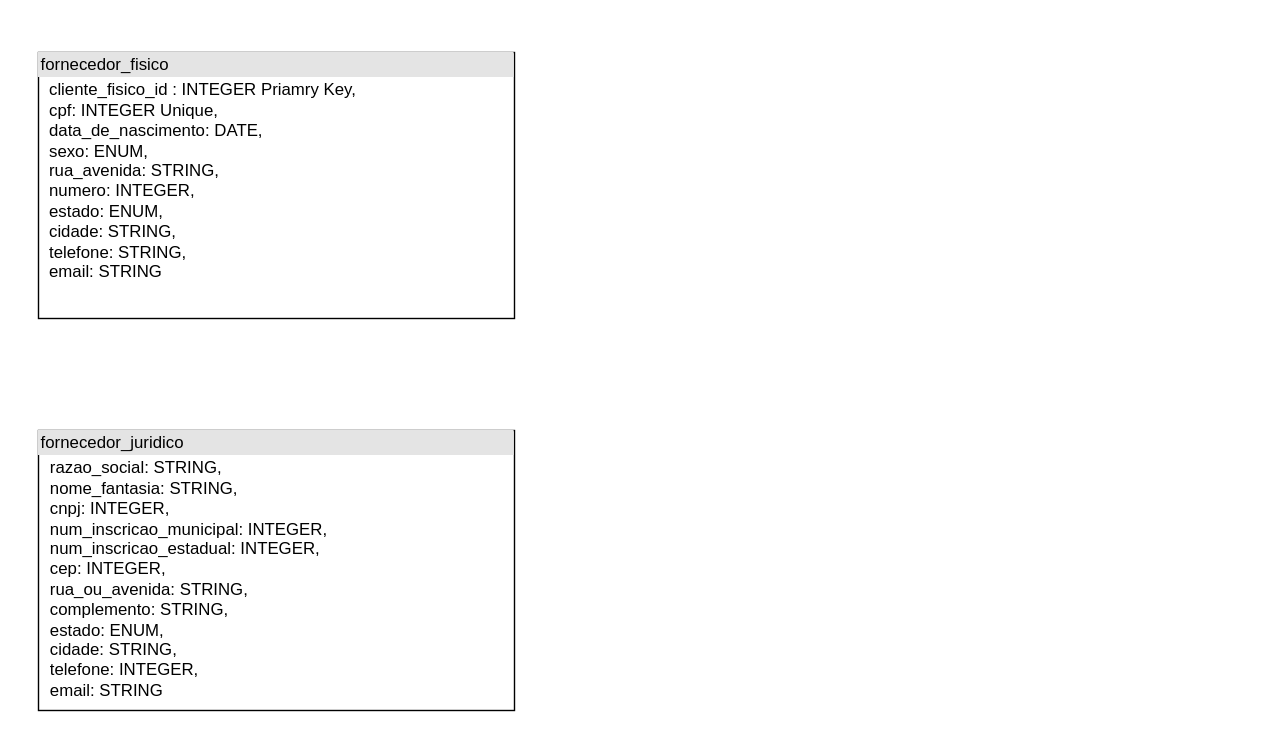
The draw.io diagram db.drawio.xml in Heartless-Caesar/Project_1, before the edit. Source tidied: cells renumbered, new cells numbered last; positions are measured from the earlier drawing's top-left corner, leaving out a move shared by most shapes. Both pictures are drawn from the tidied source at 140%, with x=0, y=0 at pixel (38, 52).
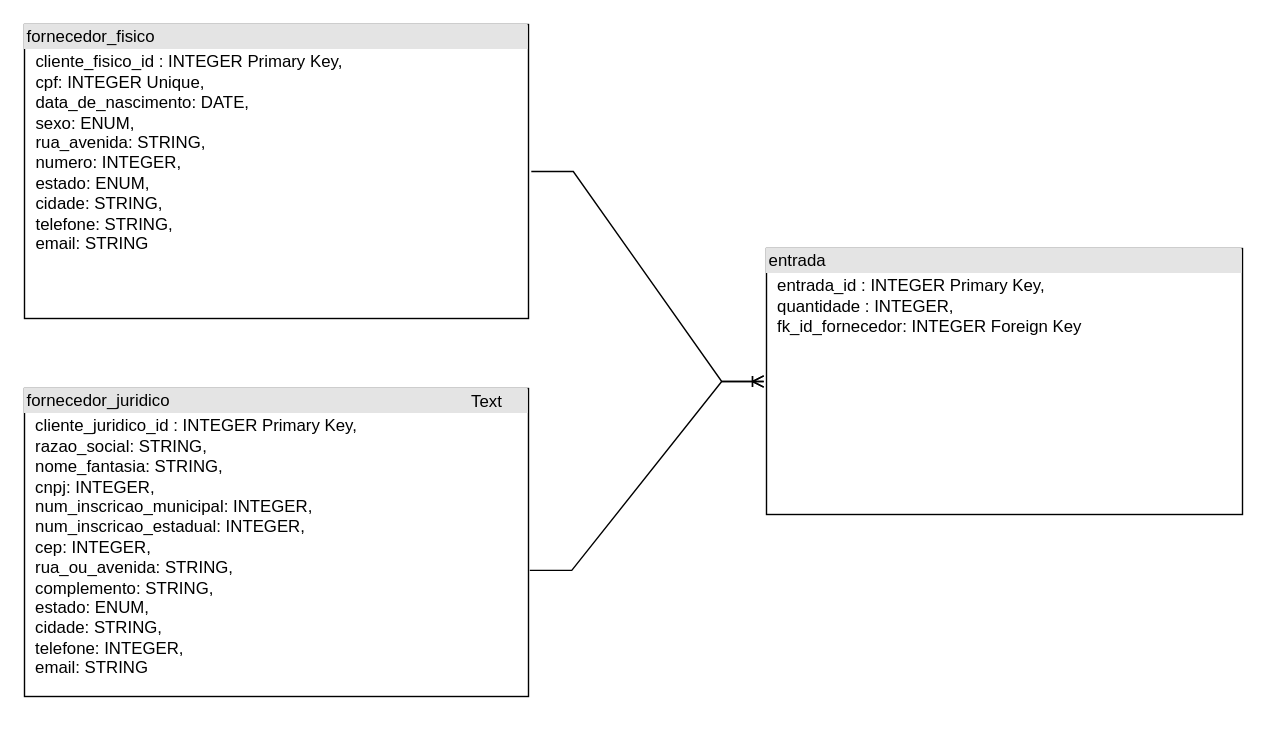
The same page after the edit.

Change to the diagram source:
```diff
@@
 <mxGraphModel>
   <root>
     <mxCell id="0" />
     <mxCell id="1" parent="0" />
-    <mxCell id="2" value="&lt;div style=&quot;box-sizing:border-box;width:100%;background:#e4e4e4;padding:2px;&quot;&gt;fornecedor_fisico&lt;/div&gt;&lt;table style=&quot;width:100%;font-size:1em;&quot; cellpadding=&quot;2&quot; cellspacing=&quot;0&quot;&gt;&lt;tbody&gt;&lt;tr&gt;&lt;td&gt;&lt;br&gt;&lt;/td&gt;&lt;td&gt;cliente_fisico_id : INTEGER Priamry Key,&lt;br&gt;cpf: INTEGER Unique,&lt;br&gt;data_de_nascimento: DATE,&lt;br&gt;sexo: ENUM,&lt;br&gt;rua_avenida: STRING,&lt;br&gt;numero: INTEGER,&lt;br&gt;estado: ENUM,&lt;br&gt;cidade: STRING,&lt;br&gt;telefone: STRING,&lt;br&gt;email: STRING&lt;/td&gt;&lt;/tr&gt;&lt;tr&gt;&lt;td&gt;&lt;br&gt;&lt;br&gt;&lt;br&gt;&lt;br&gt;&lt;/td&gt;&lt;td&gt;&lt;/td&gt;&lt;/tr&gt;&lt;/tbody&gt;&lt;/table&gt;" style="verticalAlign=top;align=left;overflow=fill;html=1;perimeterSpacing=2;" parent="1" vertex="1">
-      <mxGeometry width="340" height="190" as="geometry" />
+    <mxCell id="2" value="&lt;div style=&quot;box-sizing:border-box;width:100%;background:#e4e4e4;padding:2px;&quot;&gt;fornecedor_fisico&lt;/div&gt;&lt;table style=&quot;width:100%;font-size:1em;&quot; cellpadding=&quot;2&quot; cellspacing=&quot;0&quot;&gt;&lt;tbody&gt;&lt;tr&gt;&lt;td&gt;&lt;br&gt;&lt;/td&gt;&lt;td&gt;cliente_fisico_id : INTEGER Primary Key,&lt;br&gt;cpf: INTEGER Unique,&lt;br&gt;data_de_nascimento: DATE,&lt;br&gt;sexo: ENUM,&lt;br&gt;rua_avenida: STRING,&lt;br&gt;numero: INTEGER,&lt;br&gt;estado: ENUM,&lt;br&gt;cidade: STRING,&lt;br&gt;telefone: STRING,&lt;br&gt;email: STRING&lt;/td&gt;&lt;/tr&gt;&lt;tr&gt;&lt;td&gt;&lt;br&gt;&lt;br&gt;&lt;br&gt;&lt;br&gt;&lt;/td&gt;&lt;td&gt;&lt;/td&gt;&lt;/tr&gt;&lt;/tbody&gt;&lt;/table&gt;" style="verticalAlign=top;align=left;overflow=fill;html=1;perimeterSpacing=2;" parent="1" vertex="1">
+      <mxGeometry x="-10" y="-20" width="360" height="210" as="geometry" />
     </mxCell>
-    <mxCell id="3" value="&lt;div style=&quot;box-sizing:border-box;width:100%;background:#e4e4e4;padding:2px;&quot;&gt;fornecedor_juridico&lt;/div&gt;&lt;table style=&quot;width:100%;font-size:1em;&quot; cellpadding=&quot;2&quot; cellspacing=&quot;0&quot;&gt;&lt;tbody&gt;&lt;tr&gt;&lt;td&gt;&lt;br&gt;&lt;/td&gt;&lt;td&gt;razao_social: STRING,&lt;br&gt;nome_fantasia: STRING,&lt;br&gt;cnpj: INTEGER,&lt;br&gt;num_inscricao_municipal: INTEGER,&lt;br&gt;num_inscricao_estadual: INTEGER,&lt;br&gt;cep: INTEGER,&lt;br&gt;rua_ou_avenida: STRING,&lt;br&gt;complemento: STRING,&lt;br&gt;estado: ENUM,&lt;br&gt;cidade: STRING,&lt;br&gt;telefone: INTEGER,&lt;br&gt;email: STRING&lt;/td&gt;&lt;/tr&gt;&lt;tr&gt;&lt;td&gt;&lt;br&gt;&lt;br&gt;&lt;br&gt;&lt;br&gt;&lt;/td&gt;&lt;td&gt;&lt;/td&gt;&lt;/tr&gt;&lt;/tbody&gt;&lt;/table&gt;" style="verticalAlign=top;align=left;overflow=fill;html=1;perimeterSpacing=2;" parent="1" vertex="1">
-      <mxGeometry y="270" width="340" height="200" as="geometry" />
+    <mxCell id="3" value="&lt;div style=&quot;box-sizing:border-box;width:100%;background:#e4e4e4;padding:2px;&quot;&gt;fornecedor_juridico&lt;/div&gt;&lt;table style=&quot;width:100%;font-size:1em;&quot; cellpadding=&quot;2&quot; cellspacing=&quot;0&quot;&gt;&lt;tbody&gt;&lt;tr&gt;&lt;td&gt;&lt;br&gt;&lt;/td&gt;&lt;td&gt;cliente_juridico_id : INTEGER Primary Key,&lt;br&gt;razao_social: STRING,&lt;br&gt;nome_fantasia: STRING,&lt;br&gt;cnpj: INTEGER,&lt;br&gt;num_inscricao_municipal: INTEGER,&lt;br&gt;num_inscricao_estadual: INTEGER,&lt;br&gt;cep: INTEGER,&lt;br&gt;rua_ou_avenida: STRING,&lt;br&gt;complemento: STRING,&lt;br&gt;estado: ENUM,&lt;br&gt;cidade: STRING,&lt;br&gt;telefone: INTEGER,&lt;br&gt;email: STRING&lt;/td&gt;&lt;/tr&gt;&lt;tr&gt;&lt;td&gt;&lt;br&gt;&lt;br&gt;&lt;br&gt;&lt;br&gt;&lt;/td&gt;&lt;td&gt;&lt;/td&gt;&lt;/tr&gt;&lt;/tbody&gt;&lt;/table&gt;" style="verticalAlign=top;align=left;overflow=fill;html=1;perimeterSpacing=2;" parent="1" vertex="1">
+      <mxGeometry x="-10" y="240" width="360" height="220" as="geometry" />
     </mxCell>
+    <mxCell id="4" value="&lt;div style=&quot;box-sizing:border-box;width:100%;background:#e4e4e4;padding:2px;&quot;&gt;entrada&lt;/div&gt;&lt;table style=&quot;width:100%;font-size:1em;&quot; cellpadding=&quot;2&quot; cellspacing=&quot;0&quot;&gt;&lt;tbody&gt;&lt;tr&gt;&lt;td&gt;&lt;br&gt;&lt;/td&gt;&lt;td&gt;entrada_id : INTEGER Primary Key,&lt;br&gt;quantidade : INTEGER,&lt;br&gt;fk_id_fornecedor: INTEGER Foreign Key&lt;/td&gt;&lt;/tr&gt;&lt;tr&gt;&lt;td&gt;&lt;br&gt;&lt;br&gt;&lt;br&gt;&lt;br&gt;&lt;/td&gt;&lt;td&gt;&lt;/td&gt;&lt;/tr&gt;&lt;/tbody&gt;&lt;/table&gt;" style="verticalAlign=top;align=left;overflow=fill;html=1;perimeterSpacing=2;" parent="1" vertex="1">
+      <mxGeometry x="520" y="140" width="340" height="190" as="geometry" />
+    </mxCell>
+    <mxCell id="5" style="edgeStyle=entityRelationEdgeStyle;fontSize=12;html=1;endArrow=ERoneToMany;rounded=0;exitX=1;exitY=0.5;exitDx=0;exitDy=0;entryX=0;entryY=0.5;entryDx=0;entryDy=0;" parent="1" edge="1" source="2" target="4">
+      <mxGeometry relative="1" as="geometry" />
+    </mxCell>
+    <mxCell id="6" style="edgeStyle=entityRelationEdgeStyle;fontSize=12;html=1;endArrow=ERoneToMany;rounded=0;exitX=0.997;exitY=0.589;exitDx=0;exitDy=0;exitPerimeter=0;entryX=0;entryY=0.5;entryDx=0;entryDy=0;" parent="1" edge="1" source="3" target="4">
+      <mxGeometry relative="1" as="geometry" />
+    </mxCell>
+    <mxCell id="7" value="Text" style="text;html=1;align=center;verticalAlign=middle;strokeColor=none;fillColor=none;" parent="1" vertex="1">
+      <mxGeometry x="300" y="240" width="40" height="20" as="geometry" />
+    </mxCell>
   </root>
 </mxGraphModel>
```
